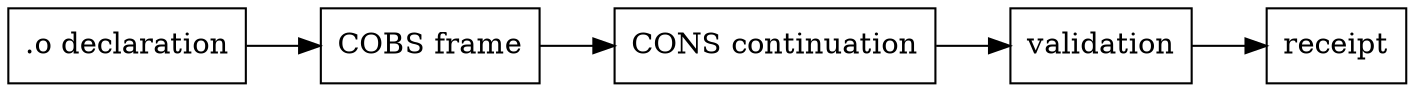
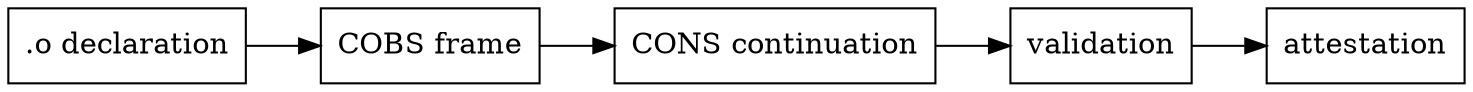
digraph cobs_cons_frame {
  graph [rankdir=LR];
  node [shape=box];
  declaration [label=".o declaration"];
  cobs [label="COBS frame"];
  cons [label="CONS continuation"];
  validation [label="validation"];
-   receipt [label="receipt"];
+   attestation [label="attestation"];
  declaration -> cobs;
  cobs -> cons;
  cons -> validation;
-   validation -> receipt;
+   validation -> attestation;
}
